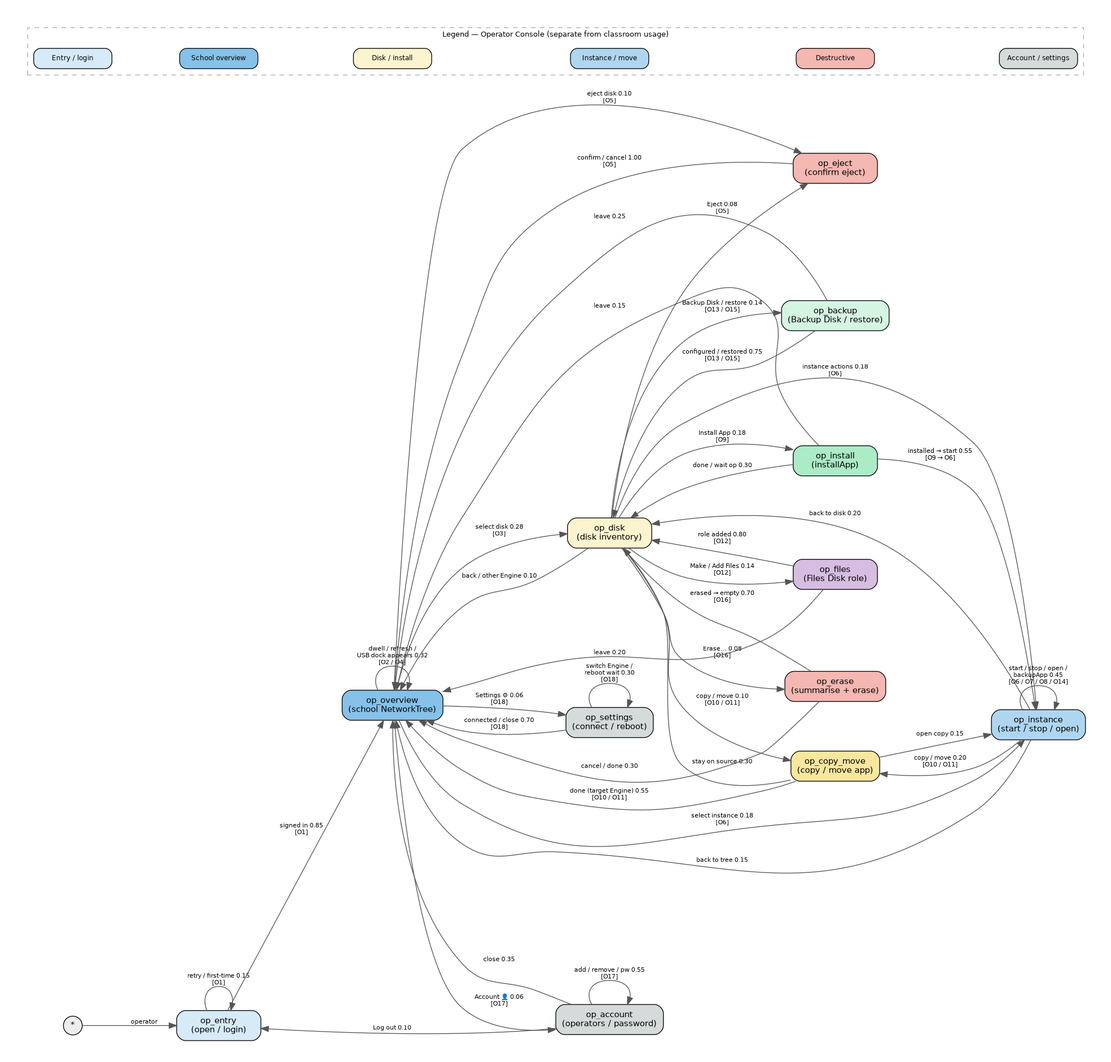
This is proposals/multi-engine-operator-markov.png from koenswings/agent-engine-dev, a Graphviz export, as it was before one commit. Its source is kept beside it as proposals/multi-engine-operator-markov.dot. Its diagram source:
```dot
digraph MultiEngineOperatorMarkov {
  rankdir=LR;
  bgcolor="white";
  pad="0.4";
  nodesep="0.45";
  ranksep="0.70";
  fontname="Helvetica";
  node [shape=box, style="rounded,filled", fontname="Helvetica", fontsize=11, width=1.55, height=0.55];
  edge [fontname="Helvetica", fontsize=8, color="#555555"];

  start [label="*", shape=circle, width=0.35, height=0.35, fixedsize=true, fillcolor="#eeeeee", style=filled];

  op_entry    [label="op_entry\n(open / login)", fillcolor="#D6EAF8"];

  op_overview [label="op_overview\n(school NetworkTree)", fillcolor="#85C1E9"];

  op_disk     [label="op_disk\n(disk inventory)", fillcolor="#FCF3CF"];
  op_eject    [label="op_eject\n(confirm eject)", fillcolor="#F5B7B1"];
  op_erase    [label="op_erase\n(summarise + erase)", fillcolor="#F5B7B1"];
  op_files    [label="op_files\n(Files Disk role)", fillcolor="#D7BDE2"];
  op_backup   [label="op_backup\n(Backup Disk / restore)", fillcolor="#D5F5E3"];
  op_install  [label="op_install\n(installApp)", fillcolor="#ABEBC6"];

  op_instance [label="op_instance\n(start / stop / open)", fillcolor="#AED6F1"];
  op_copy_move [label="op_copy_move\n(copy / move app)", fillcolor="#F9E79F"];

  op_account  [label="op_account\n(operators / password)", fillcolor="#D5DBDB"];
  op_settings [label="op_settings\n(connect / reboot)", fillcolor="#D5DBDB"];

  start -> op_entry [label="operator"];

  op_entry -> op_overview [label="signed in 0.85\n[O1]"];
  op_entry -> op_entry    [label="retry / first-time 0.15\n[O1]"];

  op_overview -> op_disk      [label="select disk 0.28\n[O3]"];
  op_overview -> op_instance  [label="select instance 0.18\n[O6]"];
  op_overview -> op_eject     [label="eject disk 0.10\n[O5]"];
  op_overview -> op_account   [label="Account 👤 0.06\n[O17]"];
  op_overview -> op_settings  [label="Settings ⚙ 0.06\n[O18]"];
  op_overview -> op_overview  [label="dwell / refresh /\nUSB dock appears 0.32\n[O2 / O4]"];

  op_disk -> op_install   [label="Install App 0.18\n[O9]"];
  op_disk -> op_files     [label="Make / Add Files 0.14\n[O12]"];
  op_disk -> op_backup    [label="Backup Disk / restore 0.14\n[O13 / O15]"];
  op_disk -> op_instance  [label="instance actions 0.18\n[O6]"];
  op_disk -> op_copy_move [label="copy / move 0.10\n[O10 / O11]"];
  op_disk -> op_erase     [label="Erase… 0.08\n[O16]"];
  op_disk -> op_eject     [label="Eject 0.08\n[O5]"];
  op_disk -> op_overview  [label="back / other Engine 0.10"];

  op_eject -> op_overview [label="confirm / cancel 1.00\n[O5]"];

  op_erase -> op_disk     [label="erased → empty 0.70\n[O16]"];
  op_erase -> op_overview [label="cancel / done 0.30"];

  op_files -> op_disk     [label="role added 0.80\n[O12]"];
  op_files -> op_overview [label="leave 0.20"];

  op_backup -> op_disk     [label="configured / restored 0.75\n[O13 / O15]"];
  op_backup -> op_overview [label="leave 0.25"];

  op_install -> op_instance [label="installed → start 0.55\n[O9 → O6]"];
  op_install -> op_disk     [label="done / wait op 0.30"];
  op_install -> op_overview [label="leave 0.15"];

  op_instance -> op_instance  [label="start / stop / open /\nbackupApp 0.45\n[O6 / O7 / O8 / O14]"];
  op_instance -> op_copy_move [label="copy / move 0.20\n[O10 / O11]"];
  op_instance -> op_disk      [label="back to disk 0.20"];
  op_instance -> op_overview  [label="back to tree 0.15"];

  op_copy_move -> op_overview [label="done (target Engine) 0.55\n[O10 / O11]"];
  op_copy_move -> op_disk     [label="stay on source 0.30"];
  op_copy_move -> op_instance [label="open copy 0.15"];

  op_account -> op_account  [label="add / remove / pw 0.55\n[O17]"];
  op_account -> op_overview [label="close 0.35"];
  op_account -> op_entry    [label="Log out 0.10"];

  op_settings -> op_overview [label="connected / close 0.70\n[O18]"];
  op_settings -> op_settings [label="switch Engine /\nreboot wait 0.30\n[O18]"];

  subgraph cluster_legend {
    label="Legend — Operator Console (separate from classroom usage)";
    fontsize=10;
    style=dashed;
    color="#aaaaaa";
    node [width=1.45, height=0.38, fontsize=9];
    L1 [label="Entry / login", fillcolor="#D6EAF8"];
    L2 [label="School overview", fillcolor="#85C1E9"];
    L3 [label="Disk / install", fillcolor="#FCF3CF"];
    L4 [label="Instance / move", fillcolor="#AED6F1"];
    L5 [label="Destructive", fillcolor="#F5B7B1"];
    L6 [label="Account / settings", fillcolor="#D5DBDB"];
    L1 -> L2 -> L3 -> L4 -> L5 -> L6 [style=invis];
  }
}
```
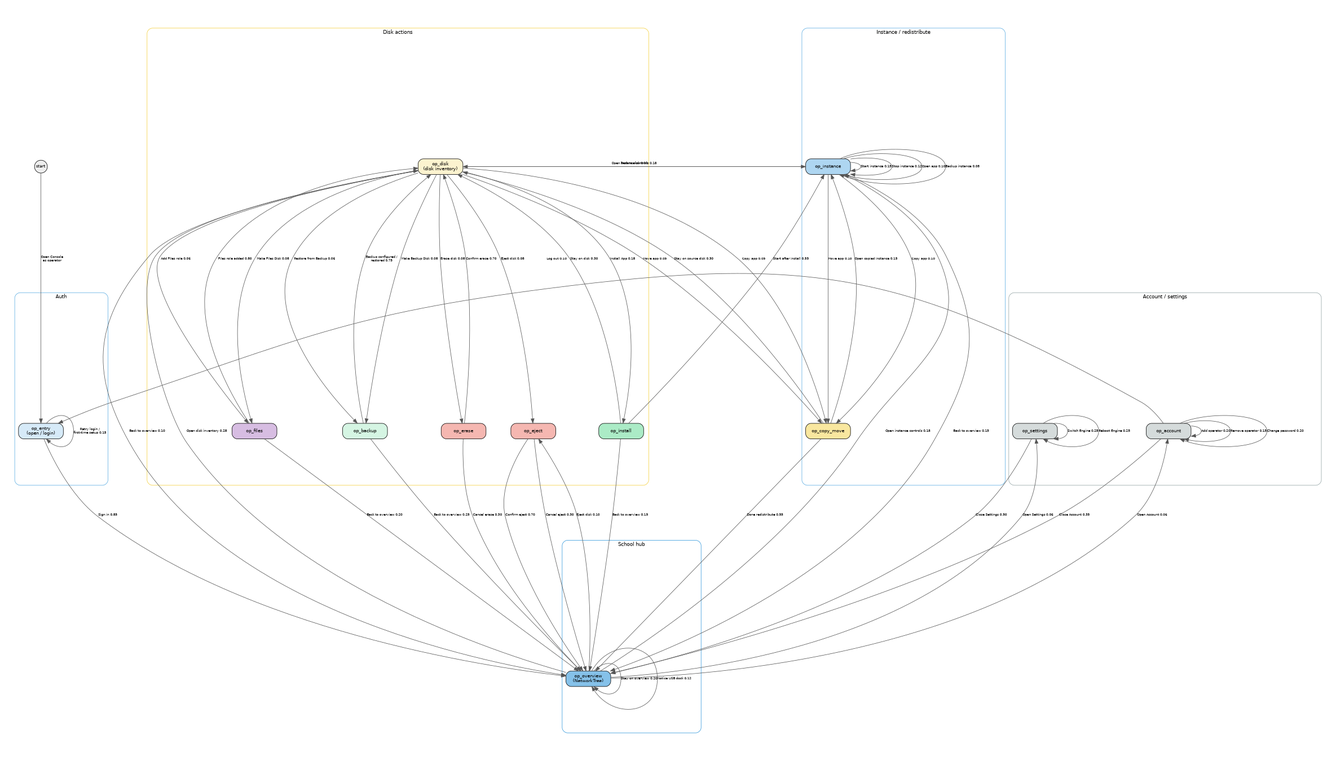
The same file after the commit.

The edit, as a diff of the source:
```diff
@@ -1,96 +1,127 @@
 digraph MultiEngineOperatorMarkov {
-  rankdir=LR;
+  rankdir=TB;
+  size="16,9!";
+  ratio=fill;
   bgcolor="white";
-  pad="0.4";
-  nodesep="0.45";
-  ranksep="0.70";
+  pad="0.35";
+  nodesep="0.32";
+  ranksep="0.50";
   fontname="Helvetica";
-  node [shape=box, style="rounded,filled", fontname="Helvetica", fontsize=11, width=1.55, height=0.55];
-  edge [fontname="Helvetica", fontsize=8, color="#555555"];
+  splines=true;
+  overlap=false;
+  node [shape=box, style="rounded,filled", fontname="Helvetica", fontsize=10, width=1.40, height=0.48, margin="0.08,0.06"];
+  edge [fontname="Helvetica", fontsize=7, color="#555555"];
 
-  start [label="*", shape=circle, width=0.35, height=0.35, fixedsize=true, fillcolor="#eeeeee", style=filled];
+  start [label="start", shape=circle, width=0.40, height=0.40, fixedsize=true, fillcolor="#eeeeee", style=filled, fontsize=9];
 
-  op_entry    [label="op_entry\n(open / login)", fillcolor="#D6EAF8"];
+  subgraph cluster_entry {
+    label="Auth";
+    fontsize=11;
+    style=rounded;
+    color="#5DADE2";
+    op_entry [label="op_entry\n(open / login)", fillcolor="#D6EAF8"];
+  }
 
-  op_overview [label="op_overview\n(school NetworkTree)", fillcolor="#85C1E9"];
+  subgraph cluster_hub {
+    label="School hub";
+    fontsize=11;
+    style=rounded;
+    color="#3498DB";
+    op_overview [label="op_overview\n(NetworkTree)", fillcolor="#85C1E9"];
+  }
 
-  op_disk     [label="op_disk\n(disk inventory)", fillcolor="#FCF3CF"];
-  op_eject    [label="op_eject\n(confirm eject)", fillcolor="#F5B7B1"];
-  op_erase    [label="op_erase\n(summarise + erase)", fillcolor="#F5B7B1"];
-  op_files    [label="op_files\n(Files Disk role)", fillcolor="#D7BDE2"];
-  op_backup   [label="op_backup\n(Backup Disk / restore)", fillcolor="#D5F5E3"];
-  op_install  [label="op_install\n(installApp)", fillcolor="#ABEBC6"];
+  subgraph cluster_disk {
+    label="Disk actions";
+    fontsize=11;
+    style=rounded;
+    color="#F4D03F";
+    op_disk    [label="op_disk\n(disk inventory)", fillcolor="#FCF3CF"];
+    op_install [label="op_install", fillcolor="#ABEBC6"];
+    op_files   [label="op_files", fillcolor="#D7BDE2"];
+    op_backup  [label="op_backup", fillcolor="#D5F5E3"];
+    op_erase   [label="op_erase", fillcolor="#F5B7B1"];
+    op_eject   [label="op_eject", fillcolor="#F5B7B1"];
+  }
 
-  op_instance [label="op_instance\n(start / stop / open)", fillcolor="#AED6F1"];
-  op_copy_move [label="op_copy_move\n(copy / move app)", fillcolor="#F9E79F"];
+  subgraph cluster_instance {
+    label="Instance / redistribute";
+    fontsize=11;
+    style=rounded;
+    color="#5DADE2";
+    op_instance  [label="op_instance", fillcolor="#AED6F1"];
+    op_copy_move [label="op_copy_move", fillcolor="#F9E79F"];
+  }
 
-  op_account  [label="op_account\n(operators / password)", fillcolor="#D5DBDB"];
-  op_settings [label="op_settings\n(connect / reboot)", fillcolor="#D5DBDB"];
+  subgraph cluster_admin {
+    label="Account / settings";
+    fontsize=11;
+    style=rounded;
+    color="#95A5A6";
+    op_account  [label="op_account", fillcolor="#D5DBDB"];
+    op_settings [label="op_settings", fillcolor="#D5DBDB"];
+  }
 
-  start -> op_entry [label="operator"];
+  start -> op_entry [label="Open Console\nas operator"];
 
-  op_entry -> op_overview [label="signed in 0.85\n[O1]"];
-  op_entry -> op_entry    [label="retry / first-time 0.15\n[O1]"];
+  op_entry -> op_overview [label="Sign in 0.85"];
+  op_entry -> op_entry    [label="Retry login /\nfirst-time setup 0.15"];
 
-  op_overview -> op_disk      [label="select disk 0.28\n[O3]"];
-  op_overview -> op_instance  [label="select instance 0.18\n[O6]"];
-  op_overview -> op_eject     [label="eject disk 0.10\n[O5]"];
-  op_overview -> op_account   [label="Account 👤 0.06\n[O17]"];
-  op_overview -> op_settings  [label="Settings ⚙ 0.06\n[O18]"];
-  op_overview -> op_overview  [label="dwell / refresh /\nUSB dock appears 0.32\n[O2 / O4]"];
+  op_overview -> op_disk     [label="Open disk inventory 0.28"];
+  op_overview -> op_instance [label="Open instance controls 0.18"];
+  op_overview -> op_eject    [label="Eject disk 0.10"];
+  op_overview -> op_account  [label="Open Account 0.06"];
+  op_overview -> op_settings [label="Open Settings 0.06"];
+  op_overview -> op_overview [label="Stay on overview 0.20"];
+  op_overview -> op_overview [label="Notice USB dock 0.12"];
 
-  op_disk -> op_install   [label="Install App 0.18\n[O9]"];
-  op_disk -> op_files     [label="Make / Add Files 0.14\n[O12]"];
-  op_disk -> op_backup    [label="Backup Disk / restore 0.14\n[O13 / O15]"];
-  op_disk -> op_instance  [label="instance actions 0.18\n[O6]"];
-  op_disk -> op_copy_move [label="copy / move 0.10\n[O10 / O11]"];
-  op_disk -> op_erase     [label="Erase… 0.08\n[O16]"];
-  op_disk -> op_eject     [label="Eject 0.08\n[O5]"];
-  op_disk -> op_overview  [label="back / other Engine 0.10"];
+  op_disk -> op_install   [label="Install App 0.18"];
+  op_disk -> op_files     [label="Make Files Disk 0.08"];
+  op_disk -> op_files     [label="Add Files role 0.06"];
+  op_disk -> op_backup    [label="Make Backup Disk 0.08"];
+  op_disk -> op_backup    [label="Restore from Backup 0.06"];
+  op_disk -> op_instance  [label="Open instance controls 0.18"];
+  op_disk -> op_copy_move [label="Copy app 0.05"];
+  op_disk -> op_copy_move [label="Move app 0.05"];
+  op_disk -> op_erase     [label="Erase disk 0.08"];
+  op_disk -> op_eject     [label="Eject disk 0.08"];
+  op_disk -> op_overview  [label="Back to overview 0.10"];
 
-  op_eject -> op_overview [label="confirm / cancel 1.00\n[O5]"];
+  op_eject -> op_overview [label="Confirm eject 0.70"];
+  op_eject -> op_overview [label="Cancel eject 0.30"];
 
-  op_erase -> op_disk     [label="erased → empty 0.70\n[O16]"];
-  op_erase -> op_overview [label="cancel / done 0.30"];
+  op_erase -> op_disk     [label="Confirm erase 0.70"];
+  op_erase -> op_overview [label="Cancel erase 0.30"];
 
-  op_files -> op_disk     [label="role added 0.80\n[O12]"];
-  op_files -> op_overview [label="leave 0.20"];
+  op_files -> op_disk     [label="Files role added 0.80"];
+  op_files -> op_overview [label="Back to overview 0.20"];
 
-  op_backup -> op_disk     [label="configured / restored 0.75\n[O13 / O15]"];
-  op_backup -> op_overview [label="leave 0.25"];
+  op_backup -> op_disk     [label="Backup configured /\nrestored 0.75"];
+  op_backup -> op_overview [label="Back to overview 0.25"];
 
-  op_install -> op_instance [label="installed → start 0.55\n[O9 → O6]"];
-  op_install -> op_disk     [label="done / wait op 0.30"];
-  op_install -> op_overview [label="leave 0.15"];
+  op_install -> op_instance [label="Start after install 0.55"];
+  op_install -> op_disk     [label="Stay on disk 0.30"];
+  op_install -> op_overview [label="Back to overview 0.15"];
 
-  op_instance -> op_instance  [label="start / stop / open /\nbackupApp 0.45\n[O6 / O7 / O8 / O14]"];
-  op_instance -> op_copy_move [label="copy / move 0.20\n[O10 / O11]"];
-  op_instance -> op_disk      [label="back to disk 0.20"];
-  op_instance -> op_overview  [label="back to tree 0.15"];
+  op_instance -> op_instance  [label="Start instance 0.15"];
+  op_instance -> op_instance  [label="Stop instance 0.12"];
+  op_instance -> op_instance  [label="Open app 0.10"];
+  op_instance -> op_instance  [label="Backup instance 0.08"];
+  op_instance -> op_copy_move [label="Copy app 0.10"];
+  op_instance -> op_copy_move [label="Move app 0.10"];
+  op_instance -> op_disk      [label="Back to disk 0.20"];
+  op_instance -> op_overview  [label="Back to overview 0.15"];
 
-  op_copy_move -> op_overview [label="done (target Engine) 0.55\n[O10 / O11]"];
-  op_copy_move -> op_disk     [label="stay on source 0.30"];
-  op_copy_move -> op_instance [label="open copy 0.15"];
+  op_copy_move -> op_overview [label="Done redistribute 0.55"];
+  op_copy_move -> op_disk     [label="Stay on source disk 0.30"];
+  op_copy_move -> op_instance [label="Open copied instance 0.15"];
 
-  op_account -> op_account  [label="add / remove / pw 0.55\n[O17]"];
-  op_account -> op_overview [label="close 0.35"];
+  op_account -> op_account  [label="Add operator 0.20"];
+  op_account -> op_account  [label="Remove operator 0.15"];
+  op_account -> op_account  [label="Change password 0.20"];
+  op_account -> op_overview [label="Close Account 0.35"];
   op_account -> op_entry    [label="Log out 0.10"];
 
-  op_settings -> op_overview [label="connected / close 0.70\n[O18]"];
-  op_settings -> op_settings [label="switch Engine /\nreboot wait 0.30\n[O18]"];
-
-  subgraph cluster_legend {
-    label="Legend — Operator Console (separate from classroom usage)";
-    fontsize=10;
-    style=dashed;
-    color="#aaaaaa";
-    node [width=1.45, height=0.38, fontsize=9];
-    L1 [label="Entry / login", fillcolor="#D6EAF8"];
-    L2 [label="School overview", fillcolor="#85C1E9"];
-    L3 [label="Disk / install", fillcolor="#FCF3CF"];
-    L4 [label="Instance / move", fillcolor="#AED6F1"];
-    L5 [label="Destructive", fillcolor="#F5B7B1"];
-    L6 [label="Account / settings", fillcolor="#D5DBDB"];
-    L1 -> L2 -> L3 -> L4 -> L5 -> L6 [style=invis];
-  }
+  op_settings -> op_overview [label="Close Settings 0.50"];
+  op_settings -> op_settings [label="Switch Engine 0.25"];
+  op_settings -> op_settings [label="Reboot Engine 0.25"];
 }
```
